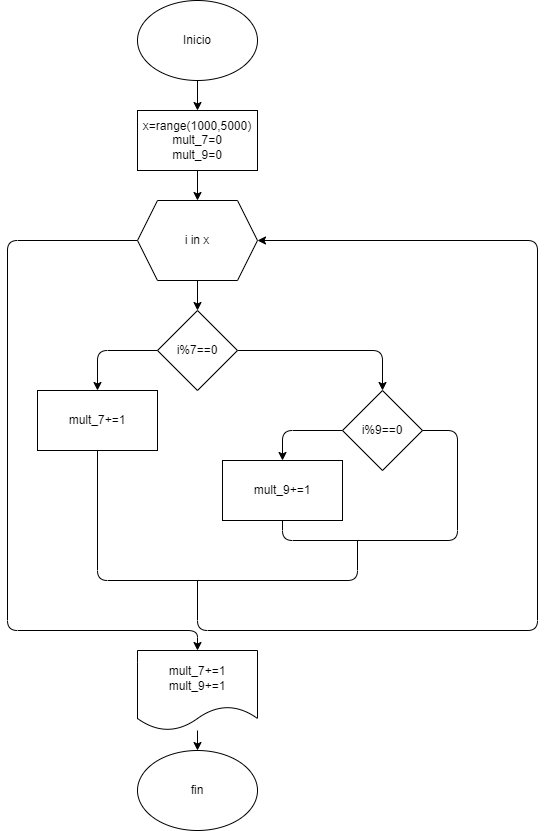
cristian007369/for keeps this draw.io diagram as diagrama2.png. Above is the earlier version. Source tidied: cells renumbered, new cells last; positions are measured from the earlier drawing's top-left corner, leaving out a move shared by most shapes. Its diagram source:
```xml
<mxGraphModel>
  <root>
    <mxCell id="0" />
    <mxCell id="1" parent="0" />
    <mxCell id="2" value="Inicio" style="ellipse;whiteSpace=wrap;html=1;" parent="1" vertex="1">
      <mxGeometry x="130" width="120" height="80" as="geometry" />
    </mxCell>
    <mxCell id="3" style="edgeStyle=none;html=1;exitX=0.5;exitY=1;exitDx=0;exitDy=0;entryX=0.5;entryY=0;entryDx=0;entryDy=0;" parent="1" edge="1" source="2" target="5">
      <mxGeometry relative="1" as="geometry" />
    </mxCell>
    <mxCell id="4" style="edgeStyle=none;html=1;exitX=0.5;exitY=1;exitDx=0;exitDy=0;entryX=0.5;entryY=0;entryDx=0;entryDy=0;" parent="1" edge="1" source="5" target="8">
      <mxGeometry relative="1" as="geometry" />
    </mxCell>
    <mxCell id="5" value="&lt;div&gt;x=range(1000,5000)&lt;/div&gt;&lt;div&gt;mult_7=0&lt;/div&gt;&lt;div&gt;mult_9=0&lt;/div&gt;" style="rounded=0;whiteSpace=wrap;html=1;" parent="1" vertex="1">
      <mxGeometry x="130" y="110" width="120" height="60" as="geometry" />
    </mxCell>
    <mxCell id="6" style="edgeStyle=none;html=1;exitX=0.5;exitY=1;exitDx=0;exitDy=0;entryX=0.5;entryY=0;entryDx=0;entryDy=0;" parent="1" edge="1" source="8" target="11">
      <mxGeometry relative="1" as="geometry" />
    </mxCell>
    <mxCell id="7" style="edgeStyle=none;html=1;exitX=0;exitY=0.5;exitDx=0;exitDy=0;entryX=0.5;entryY=0;entryDx=0;entryDy=0;" parent="1" edge="1" source="8" target="14">
      <mxGeometry relative="1" as="geometry">
        <Array as="points">
          <mxPoint y="240" />
          <mxPoint y="630" />
          <mxPoint x="190" y="630" />
        </Array>
      </mxGeometry>
    </mxCell>
    <mxCell id="8" value="i in x" style="shape=hexagon;perimeter=hexagonPerimeter2;whiteSpace=wrap;html=1;fixedSize=1;" parent="1" vertex="1">
      <mxGeometry x="130" y="200" width="120" height="80" as="geometry" />
    </mxCell>
    <mxCell id="9" style="edgeStyle=none;html=1;exitX=1;exitY=0.5;exitDx=0;exitDy=0;entryX=0.5;entryY=0;entryDx=0;entryDy=0;" parent="1" edge="1" source="11" target="19">
      <mxGeometry relative="1" as="geometry">
        <Array as="points">
          <mxPoint x="375" y="350" />
        </Array>
      </mxGeometry>
    </mxCell>
    <mxCell id="10" style="edgeStyle=none;html=1;exitX=0;exitY=0.5;exitDx=0;exitDy=0;entryX=0.5;entryY=0;entryDx=0;entryDy=0;" parent="1" edge="1" source="11" target="12">
      <mxGeometry relative="1" as="geometry">
        <Array as="points">
          <mxPoint x="90" y="350" />
        </Array>
      </mxGeometry>
    </mxCell>
    <mxCell id="11" value="i%7==0" style="rhombus;whiteSpace=wrap;html=1;" parent="1" vertex="1">
      <mxGeometry x="150" y="310" width="80" height="80" as="geometry" />
    </mxCell>
    <mxCell id="12" value="mult_7+=1" style="rounded=0;whiteSpace=wrap;html=1;" parent="1" vertex="1">
      <mxGeometry x="30" y="390" width="120" height="60" as="geometry" />
    </mxCell>
    <mxCell id="13" style="edgeStyle=none;html=1;" parent="1" edge="1" source="14" target="15">
      <mxGeometry relative="1" as="geometry" />
    </mxCell>
    <mxCell id="14" value="mult_7+=1&lt;br&gt;mult_9+=1" style="shape=document;whiteSpace=wrap;html=1;boundedLbl=1;" parent="1" vertex="1">
      <mxGeometry x="130" y="650" width="120" height="80" as="geometry" />
    </mxCell>
    <mxCell id="15" value="fin" style="ellipse;whiteSpace=wrap;html=1;" parent="1" vertex="1">
      <mxGeometry x="130" y="750" width="120" height="80" as="geometry" />
    </mxCell>
    <mxCell id="16" style="endArrow=none;html=1;exitX=0.5;exitY=1;exitDx=0;exitDy=0;" parent="1" edge="1" source="12">
      <mxGeometry relative="1" as="geometry">
        <mxPoint x="350" y="540" as="targetPoint" />
        <Array as="points">
          <mxPoint x="90" y="580" />
          <mxPoint x="350" y="580" />
        </Array>
      </mxGeometry>
    </mxCell>
    <mxCell id="17" style="endArrow=classic;html=1;entryX=1;entryY=0.5;entryDx=0;entryDy=0;" parent="1" edge="1" target="8">
      <mxGeometry relative="1" as="geometry">
        <mxPoint x="190" y="580" as="sourcePoint" />
        <Array as="points">
          <mxPoint x="190" y="630" />
          <mxPoint x="530" y="630" />
          <mxPoint x="530" y="240" />
        </Array>
      </mxGeometry>
    </mxCell>
    <mxCell id="18" style="edgeStyle=none;html=1;exitX=0;exitY=0.5;exitDx=0;exitDy=0;entryX=0.5;entryY=0;entryDx=0;entryDy=0;" parent="1" edge="1" source="19" target="20">
      <mxGeometry relative="1" as="geometry">
        <Array as="points">
          <mxPoint x="275" y="430" />
        </Array>
      </mxGeometry>
    </mxCell>
    <mxCell id="19" value="i%9==0" style="rhombus;whiteSpace=wrap;html=1;" parent="1" vertex="1">
      <mxGeometry x="335" y="390" width="80" height="80" as="geometry" />
    </mxCell>
    <mxCell id="20" value="mult_9+=1" style="rounded=0;whiteSpace=wrap;html=1;" parent="1" vertex="1">
      <mxGeometry x="215" y="460" width="120" height="60" as="geometry" />
    </mxCell>
    <mxCell id="21" style="endArrow=none;html=1;exitX=0.5;exitY=1;exitDx=0;exitDy=0;entryX=1;entryY=0.5;entryDx=0;entryDy=0;" parent="1" edge="1" source="20" target="19">
      <mxGeometry relative="1" as="geometry">
        <Array as="points">
          <mxPoint x="275" y="540" />
          <mxPoint x="450" y="540" />
          <mxPoint x="450" y="430" />
        </Array>
      </mxGeometry>
    </mxCell>
  </root>
</mxGraphModel>
```
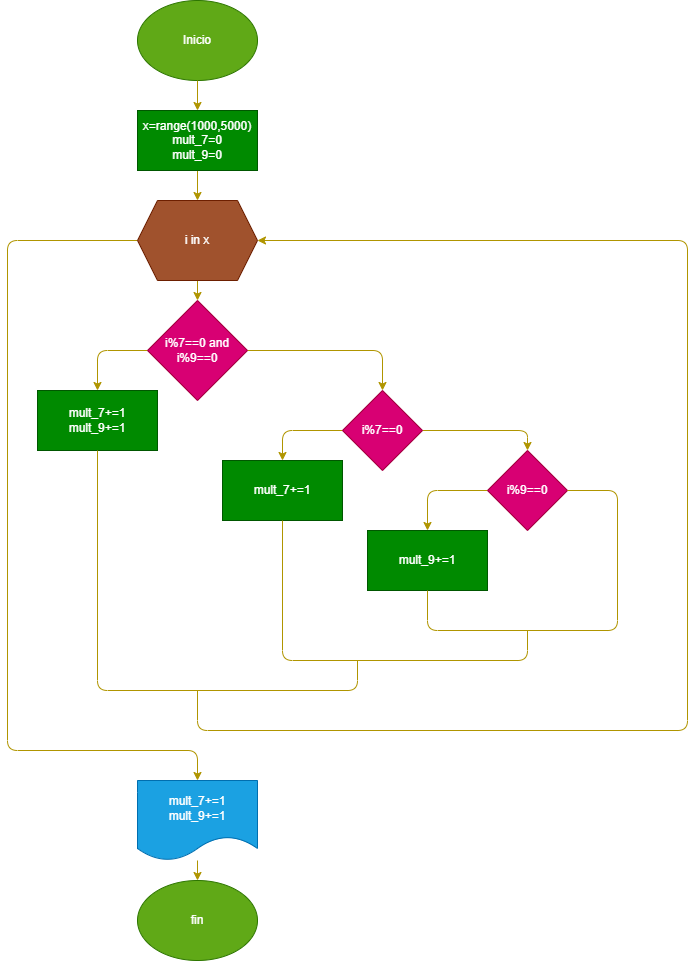
After the change.

Diff of the diagram source:
```diff
@@ -2,102 +2,131 @@
   <root>
     <mxCell id="0" />
     <mxCell id="1" parent="0" />
-    <mxCell id="2" value="Inicio" style="ellipse;whiteSpace=wrap;html=1;" parent="1" vertex="1">
+    <mxCell id="2" value="Inicio" style="ellipse;whiteSpace=wrap;html=1;fillColor=#60a917;fontColor=#ffffff;strokeColor=#2D7600;" parent="1" vertex="1">
       <mxGeometry x="130" width="120" height="80" as="geometry" />
     </mxCell>
-    <mxCell id="3" style="edgeStyle=none;html=1;exitX=0.5;exitY=1;exitDx=0;exitDy=0;entryX=0.5;entryY=0;entryDx=0;entryDy=0;" parent="1" edge="1" source="2" target="5">
+    <mxCell id="3" style="edgeStyle=none;html=1;exitX=0.5;exitY=1;exitDx=0;exitDy=0;entryX=0.5;entryY=0;entryDx=0;entryDy=0;fillColor=#e3c800;strokeColor=#B09500;" parent="1" edge="1" source="2" target="5">
       <mxGeometry relative="1" as="geometry" />
     </mxCell>
-    <mxCell id="4" style="edgeStyle=none;html=1;exitX=0.5;exitY=1;exitDx=0;exitDy=0;entryX=0.5;entryY=0;entryDx=0;entryDy=0;" parent="1" edge="1" source="5" target="8">
+    <mxCell id="4" style="edgeStyle=none;html=1;exitX=0.5;exitY=1;exitDx=0;exitDy=0;entryX=0.5;entryY=0;entryDx=0;entryDy=0;fillColor=#e3c800;strokeColor=#B09500;" parent="1" edge="1" source="5" target="8">
       <mxGeometry relative="1" as="geometry" />
     </mxCell>
-    <mxCell id="5" value="&lt;div&gt;x=range(1000,5000)&lt;/div&gt;&lt;div&gt;mult_7=0&lt;/div&gt;&lt;div&gt;mult_9=0&lt;/div&gt;" style="rounded=0;whiteSpace=wrap;html=1;" parent="1" vertex="1">
+    <mxCell id="5" value="&lt;div&gt;x=range(1000,5000)&lt;/div&gt;&lt;div&gt;mult_7=0&lt;/div&gt;&lt;div&gt;mult_9=0&lt;/div&gt;" style="rounded=0;whiteSpace=wrap;html=1;fillColor=#008a00;fontColor=#ffffff;strokeColor=#005700;" parent="1" vertex="1">
       <mxGeometry x="130" y="110" width="120" height="60" as="geometry" />
     </mxCell>
-    <mxCell id="6" style="edgeStyle=none;html=1;exitX=0.5;exitY=1;exitDx=0;exitDy=0;entryX=0.5;entryY=0;entryDx=0;entryDy=0;" parent="1" edge="1" source="8" target="11">
+    <mxCell id="6" style="edgeStyle=none;html=1;exitX=0.5;exitY=1;exitDx=0;exitDy=0;entryX=0.5;entryY=0;entryDx=0;entryDy=0;fillColor=#e3c800;strokeColor=#B09500;" parent="1" edge="1" source="8" target="11">
       <mxGeometry relative="1" as="geometry" />
     </mxCell>
-    <mxCell id="7" style="edgeStyle=none;html=1;exitX=0;exitY=0.5;exitDx=0;exitDy=0;entryX=0.5;entryY=0;entryDx=0;entryDy=0;" parent="1" edge="1" source="8" target="14">
+    <mxCell id="7" style="edgeStyle=none;html=1;exitX=0;exitY=0.5;exitDx=0;exitDy=0;entryX=0.5;entryY=0;entryDx=0;entryDy=0;fillColor=#e3c800;strokeColor=#B09500;" parent="1" edge="1" source="8" target="14">
       <mxGeometry relative="1" as="geometry">
         <Array as="points">
           <mxPoint y="240" />
-          <mxPoint y="630" />
-          <mxPoint x="190" y="630" />
+          <mxPoint y="750" />
+          <mxPoint x="190" y="750" />
         </Array>
       </mxGeometry>
     </mxCell>
-    <mxCell id="8" value="i in x" style="shape=hexagon;perimeter=hexagonPerimeter2;whiteSpace=wrap;html=1;fixedSize=1;" parent="1" vertex="1">
+    <mxCell id="8" value="i in x" style="shape=hexagon;perimeter=hexagonPerimeter2;whiteSpace=wrap;html=1;fixedSize=1;fillColor=#a0522d;strokeColor=#6D1F00;fontColor=#ffffff;" parent="1" vertex="1">
       <mxGeometry x="130" y="200" width="120" height="80" as="geometry" />
     </mxCell>
-    <mxCell id="9" style="edgeStyle=none;html=1;exitX=1;exitY=0.5;exitDx=0;exitDy=0;entryX=0.5;entryY=0;entryDx=0;entryDy=0;" parent="1" edge="1" source="11" target="19">
+    <mxCell id="9" style="edgeStyle=none;html=1;exitX=1;exitY=0.5;exitDx=0;exitDy=0;entryX=0.5;entryY=0;entryDx=0;entryDy=0;fillColor=#e3c800;strokeColor=#B09500;" parent="1" edge="1" source="11" target="19">
       <mxGeometry relative="1" as="geometry">
         <Array as="points">
           <mxPoint x="375" y="350" />
         </Array>
       </mxGeometry>
     </mxCell>
-    <mxCell id="10" style="edgeStyle=none;html=1;exitX=0;exitY=0.5;exitDx=0;exitDy=0;entryX=0.5;entryY=0;entryDx=0;entryDy=0;" parent="1" edge="1" source="11" target="12">
+    <mxCell id="10" style="edgeStyle=none;html=1;exitX=0;exitY=0.5;exitDx=0;exitDy=0;entryX=0.5;entryY=0;entryDx=0;entryDy=0;fillColor=#e3c800;strokeColor=#B09500;" parent="1" edge="1" source="11" target="12">
       <mxGeometry relative="1" as="geometry">
         <Array as="points">
           <mxPoint x="90" y="350" />
         </Array>
       </mxGeometry>
     </mxCell>
-    <mxCell id="11" value="i%7==0" style="rhombus;whiteSpace=wrap;html=1;" parent="1" vertex="1">
-      <mxGeometry x="150" y="310" width="80" height="80" as="geometry" />
+    <mxCell id="11" value="i%7==0 and i%9==0" style="rhombus;whiteSpace=wrap;html=1;fillColor=#d80073;fontColor=#ffffff;strokeColor=#A50040;" parent="1" vertex="1">
+      <mxGeometry x="140" y="300" width="100" height="100" as="geometry" />
     </mxCell>
-    <mxCell id="12" value="mult_7+=1" style="rounded=0;whiteSpace=wrap;html=1;" parent="1" vertex="1">
+    <mxCell id="12" value="mult_7+=1&lt;br&gt;mult_9+=1" style="rounded=0;whiteSpace=wrap;html=1;fillColor=#008a00;fontColor=#ffffff;strokeColor=#005700;" parent="1" vertex="1">
       <mxGeometry x="30" y="390" width="120" height="60" as="geometry" />
     </mxCell>
-    <mxCell id="13" style="edgeStyle=none;html=1;" parent="1" edge="1" source="14" target="15">
+    <mxCell id="13" style="edgeStyle=none;html=1;fillColor=#e3c800;strokeColor=#B09500;" parent="1" edge="1" source="14" target="15">
       <mxGeometry relative="1" as="geometry" />
     </mxCell>
-    <mxCell id="14" value="mult_7+=1&lt;br&gt;mult_9+=1" style="shape=document;whiteSpace=wrap;html=1;boundedLbl=1;" parent="1" vertex="1">
-      <mxGeometry x="130" y="650" width="120" height="80" as="geometry" />
+    <mxCell id="14" value="mult_7+=1&lt;br&gt;mult_9+=1" style="shape=document;whiteSpace=wrap;html=1;boundedLbl=1;fillColor=#1ba1e2;fontColor=#ffffff;strokeColor=#006EAF;" parent="1" vertex="1">
+      <mxGeometry x="130" y="780" width="120" height="80" as="geometry" />
     </mxCell>
-    <mxCell id="15" value="fin" style="ellipse;whiteSpace=wrap;html=1;" parent="1" vertex="1">
-      <mxGeometry x="130" y="750" width="120" height="80" as="geometry" />
+    <mxCell id="15" value="fin" style="ellipse;whiteSpace=wrap;html=1;fillColor=#60a917;fontColor=#ffffff;strokeColor=#2D7600;" parent="1" vertex="1">
+      <mxGeometry x="130" y="880" width="120" height="80" as="geometry" />
     </mxCell>
-    <mxCell id="16" style="endArrow=none;html=1;exitX=0.5;exitY=1;exitDx=0;exitDy=0;" parent="1" edge="1" source="12">
+    <mxCell id="16" style="endArrow=none;html=1;exitX=0.5;exitY=1;exitDx=0;exitDy=0;fillColor=#e3c800;strokeColor=#B09500;" parent="1" edge="1" source="12">
       <mxGeometry relative="1" as="geometry">
-        <mxPoint x="350" y="540" as="targetPoint" />
+        <mxPoint x="350" y="660" as="targetPoint" />
         <Array as="points">
-          <mxPoint x="90" y="580" />
-          <mxPoint x="350" y="580" />
+          <mxPoint x="90" y="690" />
+          <mxPoint x="350" y="690" />
         </Array>
       </mxGeometry>
     </mxCell>
-    <mxCell id="17" style="endArrow=classic;html=1;entryX=1;entryY=0.5;entryDx=0;entryDy=0;" parent="1" edge="1" target="8">
+    <mxCell id="17" style="endArrow=classic;html=1;entryX=1;entryY=0.5;entryDx=0;entryDy=0;fillColor=#e3c800;strokeColor=#B09500;" parent="1" edge="1" target="8">
       <mxGeometry relative="1" as="geometry">
-        <mxPoint x="190" y="580" as="sourcePoint" />
+        <mxPoint x="190" y="690" as="sourcePoint" />
         <Array as="points">
-          <mxPoint x="190" y="630" />
-          <mxPoint x="530" y="630" />
-          <mxPoint x="530" y="240" />
+          <mxPoint x="190" y="730" />
+          <mxPoint x="680" y="730" />
+          <mxPoint x="680" y="240" />
         </Array>
       </mxGeometry>
     </mxCell>
-    <mxCell id="18" style="edgeStyle=none;html=1;exitX=0;exitY=0.5;exitDx=0;exitDy=0;entryX=0.5;entryY=0;entryDx=0;entryDy=0;" parent="1" edge="1" source="19" target="20">
+    <mxCell id="18" style="edgeStyle=none;html=1;exitX=0;exitY=0.5;exitDx=0;exitDy=0;entryX=0.5;entryY=0;entryDx=0;entryDy=0;fillColor=#e3c800;strokeColor=#B09500;" parent="1" edge="1" source="19" target="20">
       <mxGeometry relative="1" as="geometry">
         <Array as="points">
           <mxPoint x="275" y="430" />
         </Array>
       </mxGeometry>
     </mxCell>
+    <mxCell id="22" style="edgeStyle=none;html=1;exitX=1;exitY=0.5;exitDx=0;exitDy=0;entryX=0.5;entryY=0;entryDx=0;entryDy=0;fillColor=#e3c800;strokeColor=#B09500;" parent="1" edge="1" source="19" target="21">
+      <mxGeometry relative="1" as="geometry">
+        <Array as="points">
+          <mxPoint x="520" y="430" />
+        </Array>
+      </mxGeometry>
+    </mxCell>
-    <mxCell id="19" value="i%9==0" style="rhombus;whiteSpace=wrap;html=1;" parent="1" vertex="1">
+    <mxCell id="19" value="i%7==0" style="rhombus;whiteSpace=wrap;html=1;fillColor=#d80073;fontColor=#ffffff;strokeColor=#A50040;" parent="1" vertex="1">
       <mxGeometry x="335" y="390" width="80" height="80" as="geometry" />
     </mxCell>
-    <mxCell id="20" value="mult_9+=1" style="rounded=0;whiteSpace=wrap;html=1;" parent="1" vertex="1">
+    <mxCell id="20" value="mult_7+=1" style="rounded=0;whiteSpace=wrap;html=1;fillColor=#008a00;fontColor=#ffffff;strokeColor=#005700;" parent="1" vertex="1">
       <mxGeometry x="215" y="460" width="120" height="60" as="geometry" />
     </mxCell>
+    <mxCell id="23" style="edgeStyle=none;html=1;exitX=0;exitY=0.5;exitDx=0;exitDy=0;entryX=0.5;entryY=0;entryDx=0;entryDy=0;fillColor=#e3c800;strokeColor=#B09500;" parent="1" edge="1" source="21" target="24">
+      <mxGeometry relative="1" as="geometry">
+        <Array as="points">
+          <mxPoint x="420" y="490" />
+        </Array>
+      </mxGeometry>
+    </mxCell>
-    <mxCell id="21" style="endArrow=none;html=1;exitX=0.5;exitY=1;exitDx=0;exitDy=0;entryX=1;entryY=0.5;entryDx=0;entryDy=0;" parent="1" edge="1" source="20" target="19">
-      <mxGeometry relative="1" as="geometry">
-        <Array as="points">
-          <mxPoint x="275" y="540" />
-          <mxPoint x="450" y="540" />
-          <mxPoint x="450" y="430" />
-        </Array>
-      </mxGeometry>
+    <mxCell id="21" value="i%9==0" style="rhombus;whiteSpace=wrap;html=1;fillColor=#d80073;fontColor=#ffffff;strokeColor=#A50040;" parent="1" vertex="1">
+      <mxGeometry x="480" y="450" width="80" height="80" as="geometry" />
     </mxCell>
+    <mxCell id="24" value="mult_9+=1" style="rounded=0;whiteSpace=wrap;html=1;fillColor=#008a00;fontColor=#ffffff;strokeColor=#005700;" parent="1" vertex="1">
+      <mxGeometry x="360" y="530" width="120" height="60" as="geometry" />
+    </mxCell>
+    <mxCell id="25" style="endArrow=none;html=1;exitX=0.5;exitY=1;exitDx=0;exitDy=0;entryX=1;entryY=0.5;entryDx=0;entryDy=0;fillColor=#e3c800;strokeColor=#B09500;" parent="1" edge="1" source="24" target="21">
+      <mxGeometry relative="1" as="geometry">
+        <Array as="points">
+          <mxPoint x="420" y="630" />
+          <mxPoint x="610" y="630" />
+          <mxPoint x="610" y="490" />
+        </Array>
+      </mxGeometry>
+    </mxCell>
+    <mxCell id="26" style="endArrow=none;html=1;exitX=0.5;exitY=1;exitDx=0;exitDy=0;fillColor=#e3c800;strokeColor=#B09500;" parent="1" edge="1" source="20">
+      <mxGeometry relative="1" as="geometry">
+        <mxPoint x="520" y="630" as="targetPoint" />
+        <Array as="points">
+          <mxPoint x="275" y="660" />
+          <mxPoint x="520" y="660" />
+        </Array>
+      </mxGeometry>
+    </mxCell>
   </root>
 </mxGraphModel>
```
